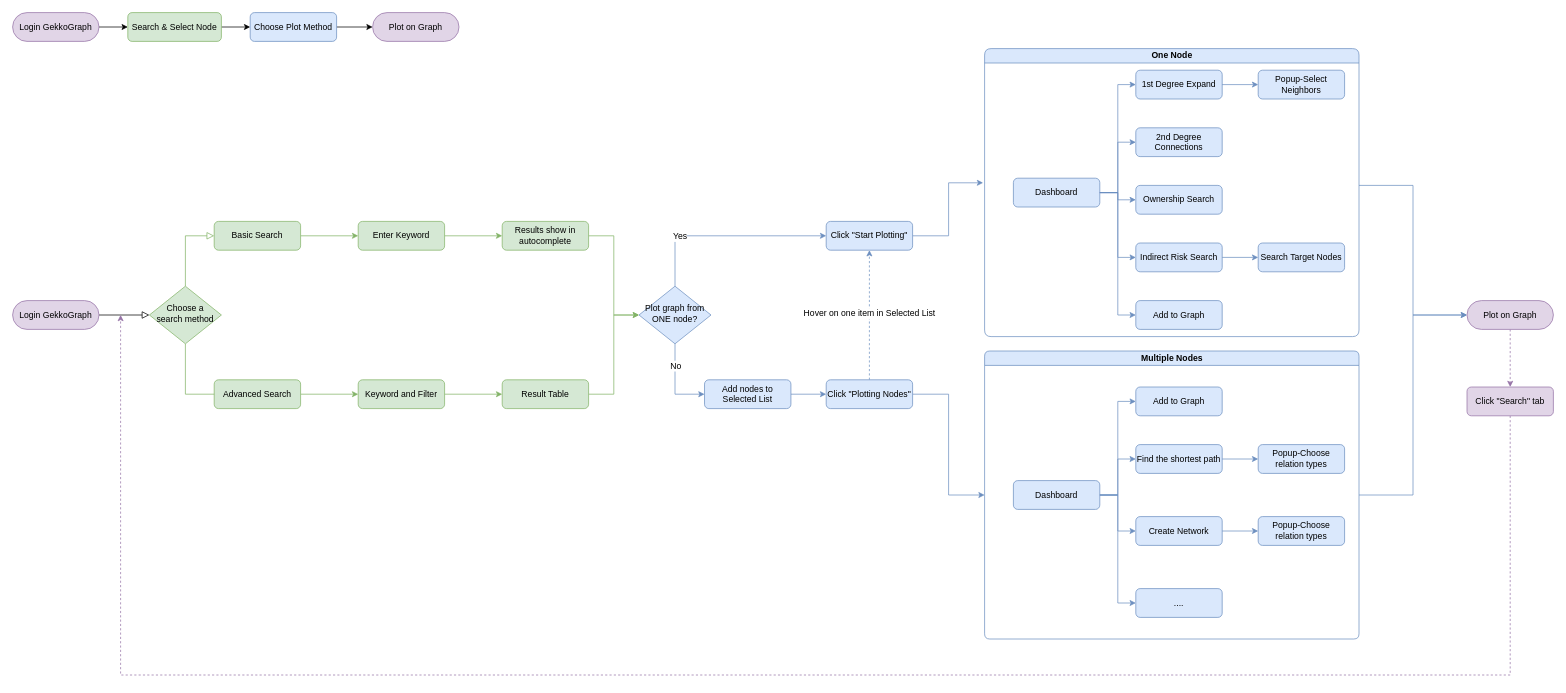
Above: Graph v2.9.drawio in wanzihuksy/wanzi-yo (draw.io), before the change. Source tidied: cells renumbered, new cells numbered last; positions are measured from the earlier drawing's top-left corner, leaving out a move shared by most shapes. Both pictures are drawn from the tidied source at 72%, with x=0, y=0 at pixel (12, 12).
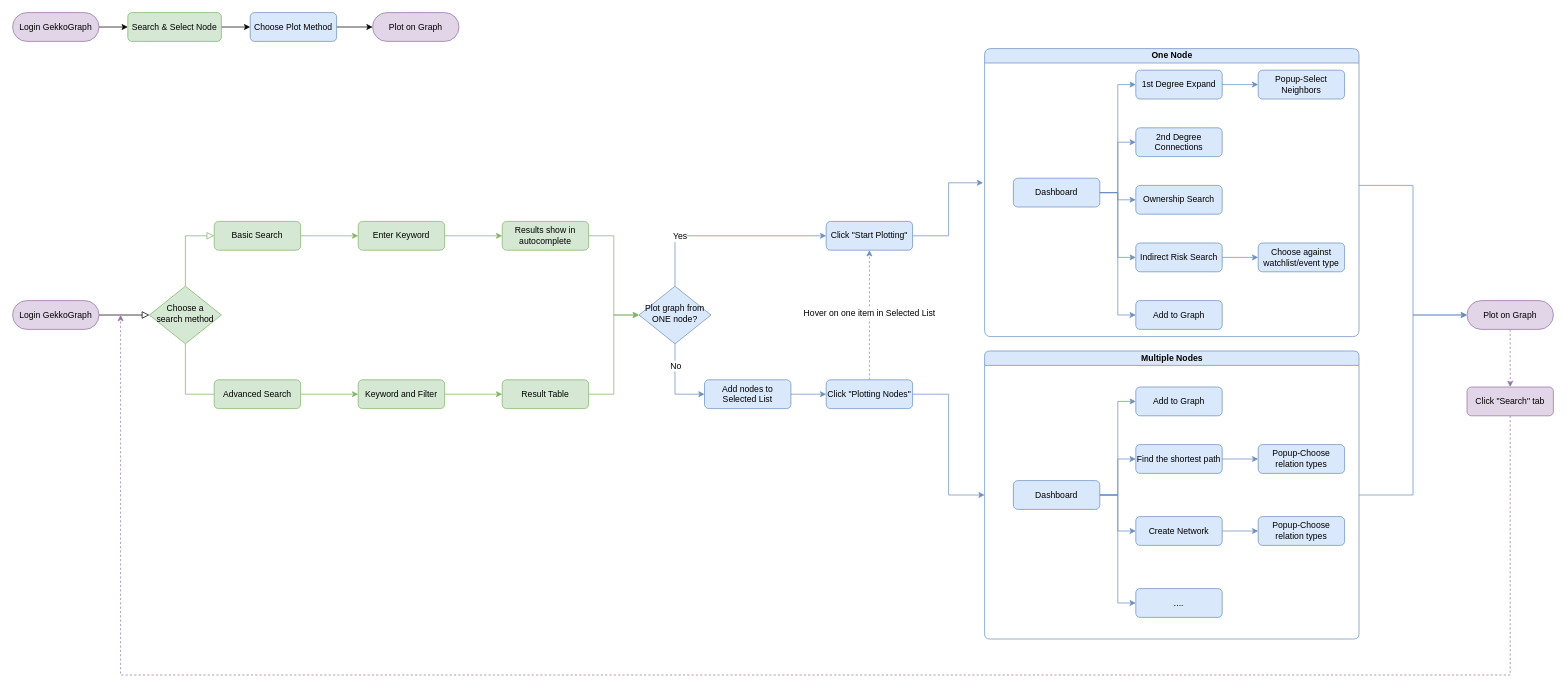
Above is the later version.

The change refers to these unchanged cells:
```xml
<mxCell id="33" value="One Node" style="swimlane;html=1;startSize=20;horizontal=1;horizontalTree=1;containerType=tree;rounded=1;shadow=0;glass=0;strokeWidth=1;noLabel=0;portConstraintRotation=0;backgroundOutline=0;fillColor=#dae8fc;strokeColor=#6c8ebf;" parent="1" vertex="1">
  <mxGeometry x="1350" y="50" width="520" height="400" as="geometry" />
</mxCell>
```

The edit, as a diff of the source:
```diff
@@
-    <mxCell id="46" value="Search Target Nodes" style="rounded=1;whiteSpace=wrap;html=1;fontSize=12;glass=0;strokeWidth=1;shadow=0;fillColor=#dae8fc;strokeColor=#6c8ebf;" parent="33" vertex="1">
+    <mxCell id="46" value="Choose against watchlist/event type" style="rounded=1;whiteSpace=wrap;html=1;fontSize=12;glass=0;strokeWidth=1;shadow=0;fillColor=#dae8fc;strokeColor=#6c8ebf;" parent="33" vertex="1">
       <mxGeometry x="380" y="270" width="120" height="40" as="geometry" />
     </mxCell>
```
